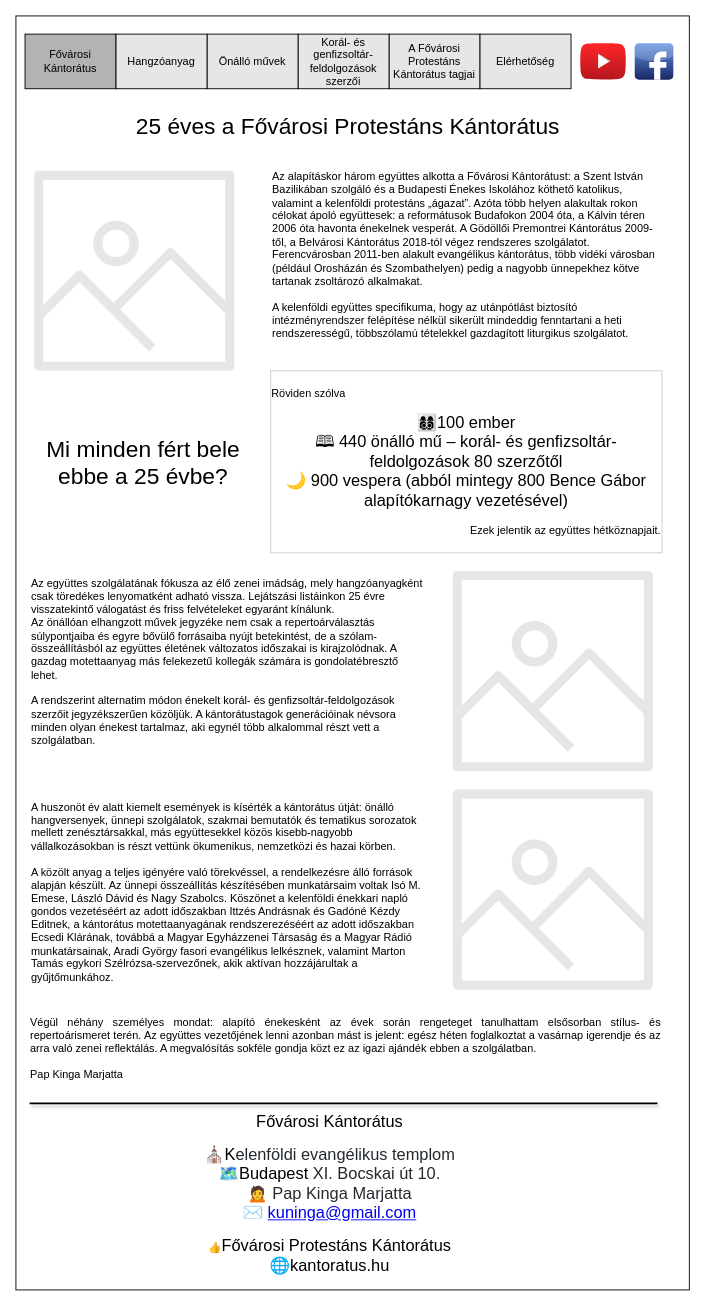
Earlier version of the draw.io diagram page "Fooldal" (1 of 7) of Docs/Specs/MockupsB.drawio (FanBar/Kantoratus). Source tidied: cells renumbered, new cells numbered last; positions are measured from the earlier drawing's top-left corner, leaving out a move shared by most shapes. Both pictures are drawn from the tidied source at 91%, with x=0, y=0 at pixel (15, 15).
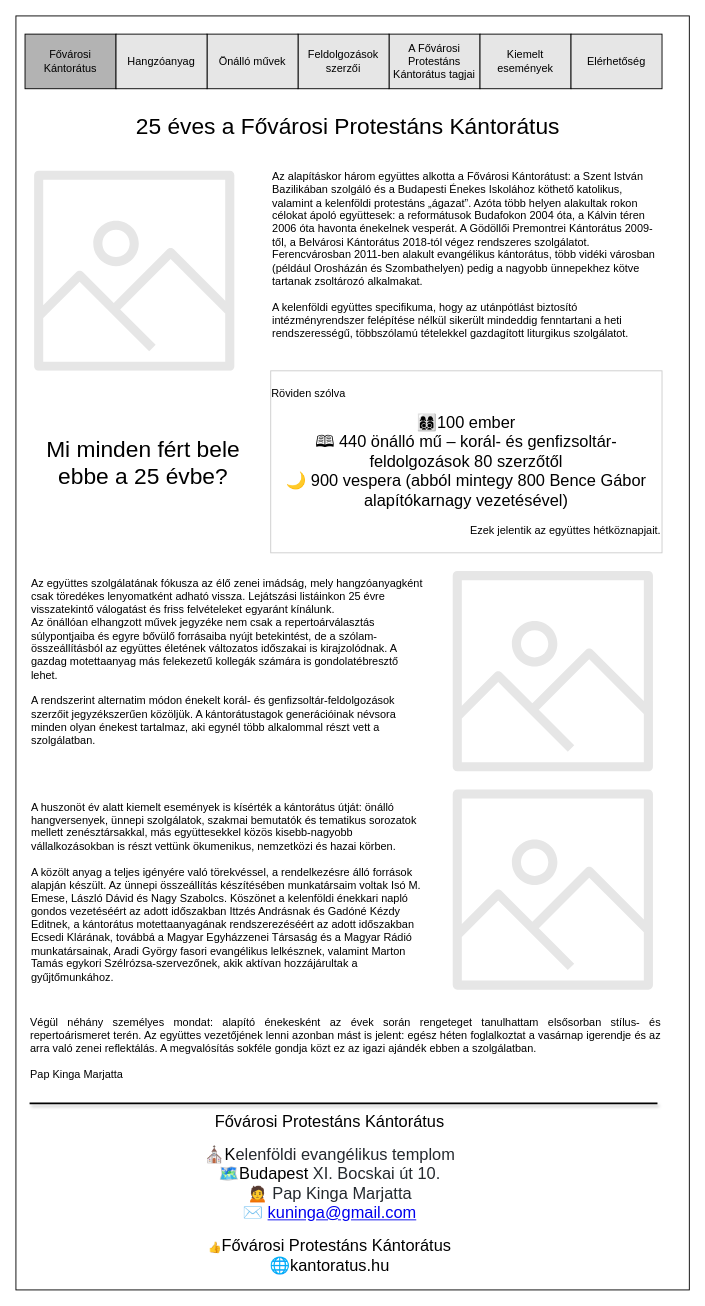
The same page after the edit.

The edit, as a diff of the source:
```diff
@@
-    <mxCell id="4" style="dashed=0;html=1;align=center;labelPosition=center;verticalLabelPosition=bottom;verticalAlign=top;shape=mxgraph.webicons.facebook;fillColor=#6294E4;gradientColor=#1A2665;" parent="1" vertex="1">
-      <mxGeometry x="680" y="30" width="42.4" height="40" as="geometry" />
-    </mxCell>
-    <mxCell id="5" style="dashed=0;html=1;align=center;labelPosition=center;verticalLabelPosition=bottom;verticalAlign=top;shape=mxgraph.weblogos.youtube_2;fillColor=#FF2626;gradientColor=#B5171F;" parent="1" vertex="1">
-      <mxGeometry x="620" y="30" width="50.4" height="40" as="geometry" />
-    </mxCell>
@@
-    <mxCell id="7" value="Korál- és genfizsoltár-feldolgozások szerzői" style="rounded=0;whiteSpace=wrap;html=1;fillColor=#E6E6E6;" parent="1" vertex="1">
+    <mxCell id="7" value="Feldolgozások szerzői" style="rounded=0;whiteSpace=wrap;html=1;fillColor=#E6E6E6;" parent="1" vertex="1">
       <mxGeometry x="310" y="20" width="100" height="60" as="geometry" />
     </mxCell>
@@
-    <mxCell id="10" value="Elérhetőség" style="rounded=0;whiteSpace=wrap;html=1;fillColor=#E6E6E6;" parent="1" vertex="1">
+    <mxCell id="10" value="Kiemelt események" style="rounded=0;whiteSpace=wrap;html=1;fillColor=#E6E6E6;" parent="1" vertex="1">
       <mxGeometry x="510" y="20" width="100" height="60" as="geometry" />
     </mxCell>
@@
-    <mxCell id="14" value="&lt;font&gt;&lt;span style=&quot;font-size: 18px&quot;&gt;Fővárosi Kántorátus&lt;/span&gt;&lt;br&gt;&lt;br&gt;&lt;font&gt;&lt;span style=&quot;font-size: 18px&quot;&gt;⛪K&lt;/span&gt;&lt;span style=&quot;font-size: 18px ; color: rgb(36 , 41 , 46) ; background-color: rgb(255 , 255 , 255)&quot;&gt;elenföldi evangélikus templom&lt;br&gt;&lt;/span&gt;&lt;span style=&quot;font-size: 18px&quot;&gt;🗺️Budapest&amp;nbsp;&lt;/span&gt;&lt;span style=&quot;font-size: 18px ; color: rgb(36 , 41 , 46) ; background-color: rgb(255 , 255 , 255)&quot;&gt;XI. Bocskai út 10.&lt;br&gt;&lt;/span&gt;&lt;span style=&quot;font-size: 18px&quot;&gt;🙍&amp;nbsp;&lt;/span&gt;&lt;span style=&quot;font-size: 18px ; color: rgb(36 , 41 , 46) ; background-color: rgb(255 , 255 , 255)&quot;&gt;Pap Kinga Marjatta&lt;/span&gt;&lt;br&gt;&lt;span style=&quot;font-size: 18px&quot;&gt;✉️&amp;nbsp;&lt;/span&gt;&lt;a href=&quot;mailto:kuninga@gmail.com&quot; style=&quot;font-size: 18px ; box-sizing: border-box ; background-color: rgb(255 , 255 , 255)&quot;&gt;kuninga@gmail.com&lt;/a&gt;&lt;br&gt;&lt;br&gt;👍&lt;font style=&quot;font-size: 18px&quot;&gt;Fővárosi Protestáns Kántorátus&lt;/font&gt;&lt;br&gt;&lt;span style=&quot;font-size: 18px&quot;&gt;🌐kantoratus.hu&lt;/span&gt;&lt;/font&gt;&lt;/font&gt;" style="text;html=1;strokeColor=none;fillColor=none;align=center;verticalAlign=middle;whiteSpace=wrap;rounded=0;" parent="1" vertex="1">
+    <mxCell id="14" value="&lt;font&gt;&lt;span style=&quot;font-size: 18px&quot;&gt;Fővárosi Protestáns Kántorátus&lt;/span&gt;&lt;br&gt;&lt;br&gt;&lt;font&gt;&lt;span style=&quot;font-size: 18px&quot;&gt;⛪K&lt;/span&gt;&lt;span style=&quot;font-size: 18px ; color: rgb(36 , 41 , 46) ; background-color: rgb(255 , 255 , 255)&quot;&gt;elenföldi evangélikus templom&lt;br&gt;&lt;/span&gt;&lt;span style=&quot;font-size: 18px&quot;&gt;🗺️Budapest&amp;nbsp;&lt;/span&gt;&lt;span style=&quot;font-size: 18px ; color: rgb(36 , 41 , 46) ; background-color: rgb(255 , 255 , 255)&quot;&gt;XI. Bocskai út 10.&lt;br&gt;&lt;/span&gt;&lt;span style=&quot;font-size: 18px&quot;&gt;🙍&amp;nbsp;&lt;/span&gt;&lt;span style=&quot;font-size: 18px ; color: rgb(36 , 41 , 46) ; background-color: rgb(255 , 255 , 255)&quot;&gt;Pap Kinga Marjatta&lt;/span&gt;&lt;br&gt;&lt;span style=&quot;font-size: 18px&quot;&gt;✉️&amp;nbsp;&lt;/span&gt;&lt;a href=&quot;mailto:kuninga@gmail.com&quot; style=&quot;font-size: 18px ; box-sizing: border-box ; background-color: rgb(255 , 255 , 255)&quot;&gt;kuninga@gmail.com&lt;/a&gt;&lt;br&gt;&lt;br&gt;👍&lt;font style=&quot;font-size: 18px&quot;&gt;Fővárosi Protestáns Kántorátus&lt;/font&gt;&lt;br&gt;&lt;span style=&quot;font-size: 18px&quot;&gt;🌐kantoratus.hu&lt;/span&gt;&lt;/font&gt;&lt;/font&gt;" style="text;html=1;strokeColor=none;fillColor=none;align=center;verticalAlign=middle;whiteSpace=wrap;rounded=0;" parent="1" vertex="1">
       <mxGeometry x="180" y="1200" width="330" height="190" as="geometry" />
     </mxCell>
@@
+    <mxCell id="23" value="Elérhetőség" style="rounded=0;whiteSpace=wrap;html=1;fillColor=#E6E6E6;" parent="1" vertex="1">
+      <mxGeometry x="610" y="20" width="100" height="60" as="geometry" />
+    </mxCell>
```
